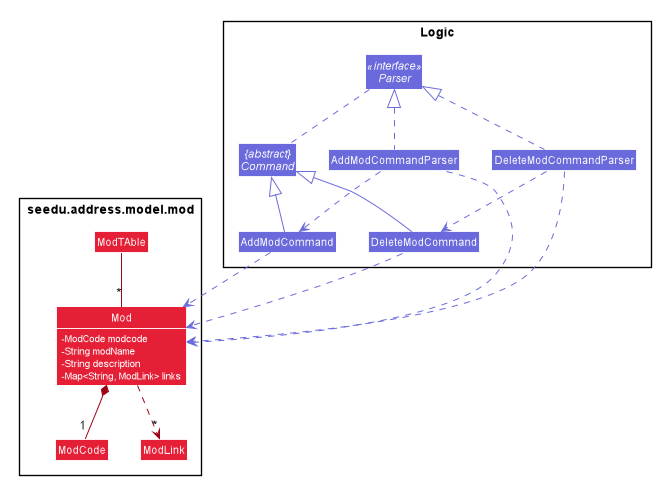
Before: images/ModClassDiagram.png, a diagram exported from PlantUML (AY1920-CS2103-W15-3/addressbook-level3).
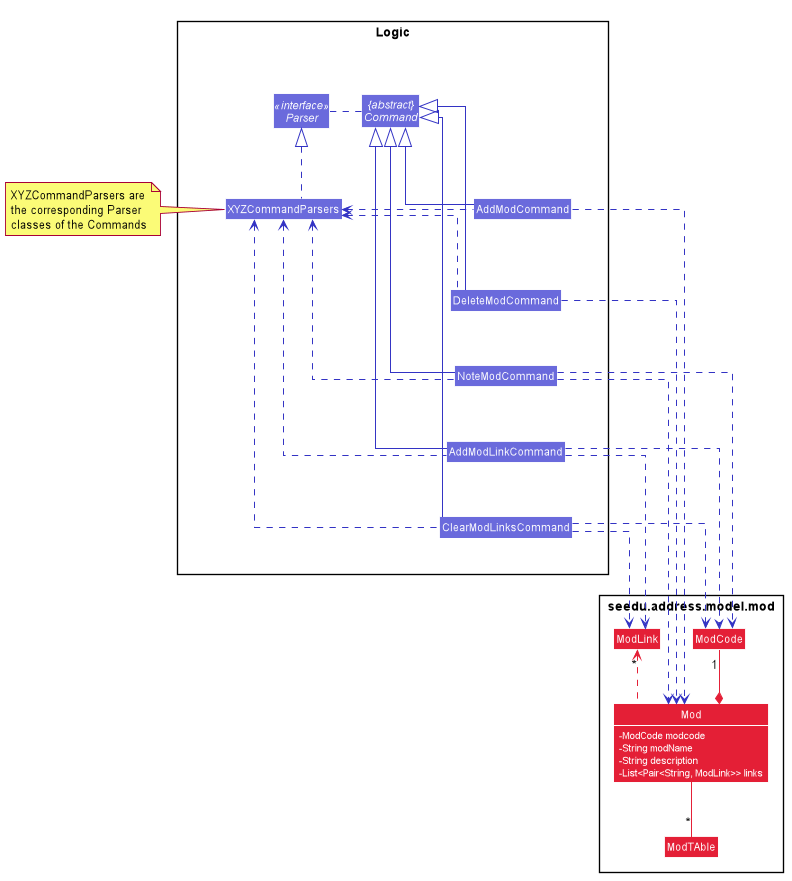
After the change.

The edit, as a diff of the source:
```diff
@@ -49,53 +49,79 @@
 hide members
 hide circle
 skinparam arrowThickness 1.1
-skinparam arrowColor #9D0012
-skinparam classBackgroundColor #E41F36
+skinparam arrowColor #3333C4
+skinparam classBackgroundColor #6A6ADC
 skinparam classFontColor #white
 skinparam classAttributeFontColor #white
 skinparam classAttributeIconSize 0
+skinparam linetype ortho
 
 package seedu.address.model.mod {
 
-class Mod {
+class Mod #E41F36 {
 -ModCode modcode
 -String modName
 -String description
--Map<String, ModLink> links
+-List<Pair<String, ModLink>> links
 }
-class ModCode
-class ModLink
-class ModTAble
+class ModCode #E41F36
+class ModLink #E41F36
+class ModTAble #E41F36
 
 }
 
-Mod *-- "1" ModCode
-Mod ..> "*" ModLink
-ModTAble -- "*" Mod
+Mod *-up- "1" ModCode #E41F36
+Mod ..up> "*" ModLink #E41F36
+Mod -- "*" ModTAble #E41F36
 
 Package Logic <<Rectangle>>{
-    Class AddModCommand #6A6ADC
-    Class DeleteModCommand #6A6ADC
-    Class AddModCommandParser #6A6ADC
-    Class DeleteModCommandParser #6A6ADC
-    Abstract Class "{abstract}\nCommand" as Command #6A6ADC
-    Interface Parser <<interface>> #6A6ADC
+
+    together commands {
+        Class AddModCommand
+        Class DeleteModCommand
+        Class NoteModCommand
+        Class AddModLinkCommand
+        Class ClearModLinksCommand
+    }
+
+    Class XYZCommandParsers
+
+    together big {
+        Abstract Class "{abstract}\nCommand" as Command
+        Interface Parser <<interface>>
+    }
 }
 
-Command <|- AddModCommand #6A6ADC
-Command <|- DeleteModCommand #6A6ADC
-Parser <|.. AddModCommandParser #6A6ADC
-Parser <|.. DeleteModCommandParser #6A6ADC
 
-Parser .. Command #6A6ADC
-AddModCommandParser ..> AddModCommand #6A6ADC
-DeleteModCommandParser ..> DeleteModCommand #6A6ADC
+note left of XYZCommandParsers: XYZCommandParsers are\nthe corresponding Parser\nclasses of the Commands
+Command <|- AddModCommand
+Command <|- DeleteModCommand
+Command <|- NoteModCommand
+Command <|- AddModLinkCommand
+Command <|- ClearModLinksCommand
+Parser <|.. XYZCommandParsers
 
-AddModCommand ..> Mod #6A6ADC
-DeleteModCommand ..> Mod #6A6ADC
-AddModCommandParser ..> Mod #6A6ADC
-DeleteModCommandParser ..> Mod #6A6ADC
+Parser .left. Command
 
+XYZCommandParsers <. AddModCommand
+XYZCommandParsers <. DeleteModCommand
+XYZCommandParsers <. NoteModCommand
+XYZCommandParsers <. AddModLinkCommand
+XYZCommandParsers <. ClearModLinksCommand
+
+AddModCommand ..> Mod
+DeleteModCommand ..> Mod
+NoteModCommand ..> Mod
+NoteModCommand ..> ModCode
+AddModLinkCommand ..> ModCode
+AddModLinkCommand ..> ModLink
+ClearModLinksCommand ..> ModCode
+ClearModLinksCommand ..> ModLink
+
+AddModCommand .[hidden]down. DeleteModCommand
+DeleteModCommand .[hidden]down. NoteModCommand
+NoteModCommand .[hidden]down. AddModLinkCommand
+AddModLinkCommand .[hidden]down. ClearModLinksCommand
 
 show Mod fields
 
```
